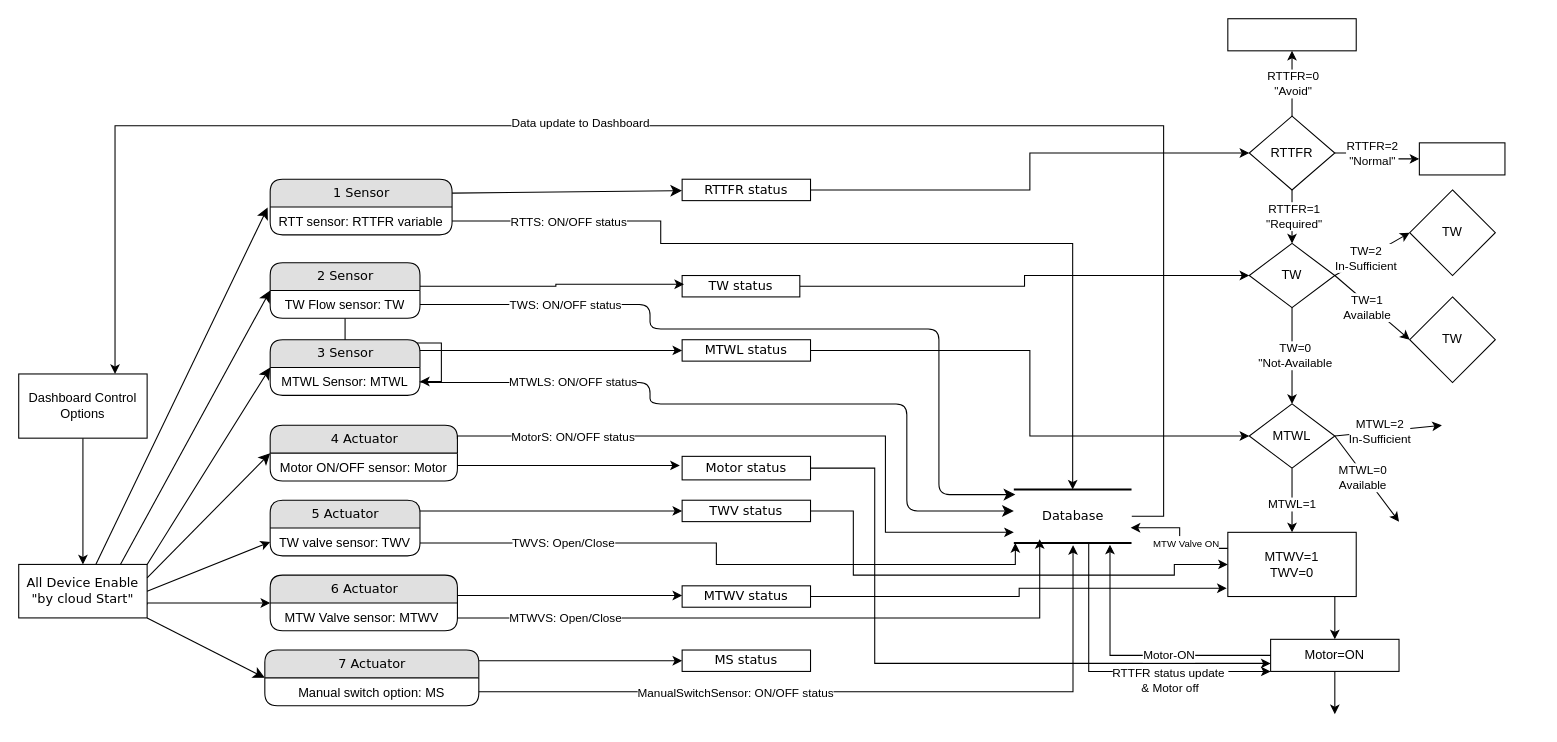
Before: HydroSense IoT.drawio in ThorPandit/HydroSense-IoT, a draw.io diagram. Source tidied: cells renumbered, new cells numbered last; positions are measured from the earlier drawing's top-left corner, leaving out a move shared by most shapes. Both pictures are drawn from the tidied source at 107%, with x=0, y=0 at pixel (18, 18).
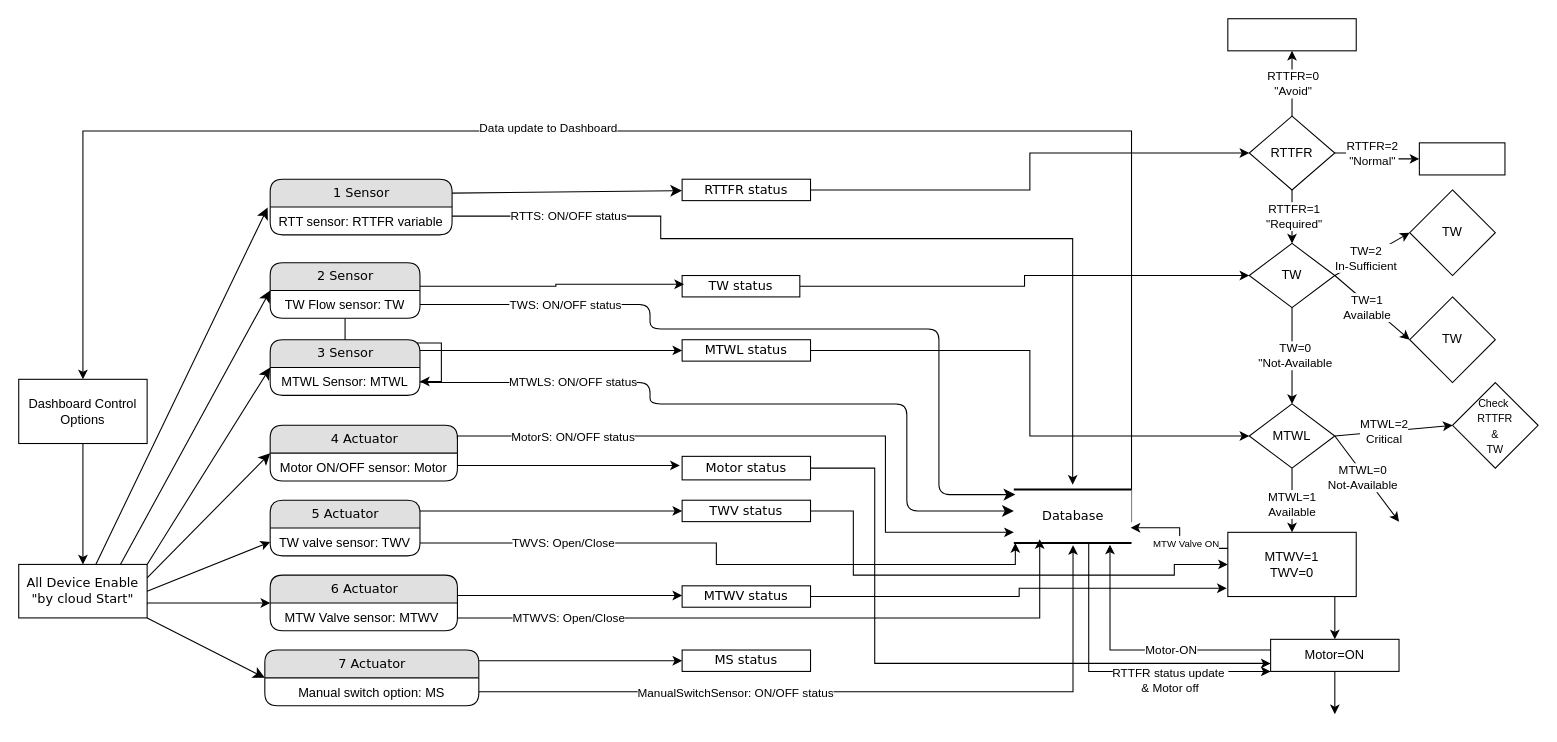
The same page after the edit.

The change refers to these unchanged cells:
```xml
<mxCell id="4" value="Database" style="html=1;rounded=0;shadow=0;comic=0;labelBackgroundColor=none;strokeWidth=2;fontFamily=Verdana;fontSize=12;align=center;shape=mxgraph.ios7ui.horLines;" parent="1" vertex="1">
  <mxGeometry x="930" y="440" width="110" height="50" as="geometry" />
</mxCell>
<mxCell id="12" value="RTT sensor: RTTFR variable" style="text;html=1;strokeColor=none;fillColor=none;spacingLeft=4;spacingRight=4;whiteSpace=wrap;overflow=hidden;points=[[0,0.5],[1,0.5]];portConstraint=eastwest;align=center;" parent="11" vertex="1">
  <mxGeometry y="26" width="170" height="26" as="geometry" />
</mxCell>
<mxCell id="59" style="edgeStyle=orthogonalEdgeStyle;rounded=0;jettySize=auto;html=1;entryX=0.22;entryY=0.929;entryDx=0;entryDy=0;entryPerimeter=0;" parent="1" edge="1" source="49" target="4">
  <mxGeometry relative="1" as="geometry">
    <Array as="points">
      <mxPoint x="954" y="560" />
    </Array>
  </mxGeometry>
</mxCell>
<mxCell id="75" style="edgeStyle=orthogonalEdgeStyle;rounded=0;jettySize=auto;html=1;" parent="1" edge="1" source="77" target="85">
  <mxGeometry relative="1" as="geometry" />
</mxCell>
<mxCell id="87" value="Motor=ON" style="rounded=0;whiteSpace=wrap;html=1;" parent="1" vertex="1">
  <mxGeometry x="1170" y="580" width="120" height="30" as="geometry" />
</mxCell>
<mxCell id="94" style="endArrow=classic;html=1;rounded=0;exitX=1;exitY=0.5;exitDx=0;exitDy=0;" parent="1" edge="1">
  <mxGeometry relative="1" as="geometry">
    <mxPoint x="1230" y="390" as="sourcePoint" />
    <mxPoint x="1290" y="470" as="targetPoint" />
  </mxGeometry>
</mxCell>
```

What changed in the source:
```diff
@@
-    <mxCell id="2" style="edgeStyle=orthogonalEdgeStyle;rounded=0;jettySize=auto;html=1;entryX=0.75;entryY=0;entryDx=0;entryDy=0;" parent="1" edge="1" source="4" target="39">
+    <mxCell id="2" style="edgeStyle=orthogonalEdgeStyle;rounded=0;orthogonalLoop=1;jettySize=auto;html=1;entryX=0.75;entryY=0;entryDx=0;entryDy=0;" parent="1" edge="1">
       <mxGeometry relative="1" as="geometry">
+        <mxPoint x="1010" y="470" as="sourcePoint" />
+        <mxPoint x="60" y="337" as="targetPoint" />
         <Array as="points">
-          <mxPoint x="1070" y="465" />
-          <mxPoint x="1070" y="100" />
-          <mxPoint x="90" y="100" />
+          <mxPoint x="1040" y="470" />
+          <mxPoint x="1040" y="105" />
+          <mxPoint x="60" y="105" />
         </Array>
       </mxGeometry>
     </mxCell>
     <mxCell id="3" value="Data update to Dashboard" style="edgeLabel;html=1;align=center;verticalAlign=middle;" parent="2" vertex="1">
       <mxGeometry x="-0.51" y="1" relative="1" as="geometry">
-        <mxPoint x="-545" y="-4" as="offset" />
+        <mxPoint x="-545" y="-5" as="offset" />
       </mxGeometry>
     </mxCell>
@@
-    <mxCell id="32" style="edgeStyle=orthogonalEdgeStyle;rounded=0;jettySize=auto;html=1;exitX=1;exitY=0.5;exitDx=0;exitDy=0;" parent="1" edge="1" source="12" target="4">
+    <mxCell id="32" style="edgeStyle=orthogonalEdgeStyle;rounded=0;orthogonalLoop=1;jettySize=auto;html=1;exitX=1;exitY=0.5;exitDx=0;exitDy=0;" parent="1" edge="1">
       <mxGeometry relative="1" as="geometry">
+        <mxPoint x="405" y="184.5" as="sourcePoint" />
+        <mxPoint x="985" y="435.5" as="targetPoint" />
         <Array as="points">
-          <mxPoint x="600" y="189" />
-          <mxPoint x="600" y="210" />
-          <mxPoint x="985" y="210" />
+          <mxPoint x="600" y="184.5" />
+          <mxPoint x="600" y="205.5" />
+          <mxPoint x="985" y="205.5" />
         </Array>
       </mxGeometry>
     </mxCell>
@@
     <mxCell id="39" value="Dashboard Control Options" style="rounded=0;whiteSpace=wrap;html=1;" parent="1" vertex="1">
-      <mxGeometry y="332" width="120" height="60" as="geometry" />
+      <mxGeometry y="337" width="120" height="60" as="geometry" />
     </mxCell>
@@
     <mxCell id="60" value="MTWVS: Open/Close" style="edgeLabel;html=1;align=center;verticalAlign=middle;" parent="59" vertex="1">
       <mxGeometry x="-0.51" y="-2" relative="1" as="geometry">
-        <mxPoint x="-51" y="-3" as="offset" />
+        <mxPoint x="-48" y="-3" as="offset" />
       </mxGeometry>
     </mxCell>
@@
-    <mxCell id="76" value="MTWL=1" style="edgeLabel;html=1;align=center;verticalAlign=middle;" parent="75" vertex="1">
+    <mxCell id="76" value="MTWL=1&lt;div&gt;Available&lt;/div&gt;" style="edgeLabel;html=1;align=center;verticalAlign=middle;" parent="75" vertex="1">
       <mxGeometry x="0.1" y="-1" relative="1" as="geometry" />
     </mxCell>
@@
     <mxCell id="90" style="edgeStyle=orthogonalEdgeStyle;rounded=0;jettySize=auto;html=1;entryX=0.817;entryY=1.031;entryDx=0;entryDy=0;entryPerimeter=0;" parent="1" edge="1" source="87" target="4">
-      <mxGeometry relative="1" as="geometry" />
+      <mxGeometry relative="1" as="geometry">
+        <Array as="points">
+          <mxPoint x="1020" y="590" />
+        </Array>
+      </mxGeometry>
     </mxCell>
@@
-    <mxCell id="92" style="endArrow=classic;html=1;rounded=0;exitX=1;exitY=0.5;exitDx=0;exitDy=0;" parent="1" edge="1">
+    <mxCell id="92" style="endArrow=classic;html=1;rounded=0;exitX=1;exitY=0.5;exitDx=0;exitDy=0;entryX=0;entryY=0.5;entryDx=0;entryDy=0;" parent="1" edge="1" target="99">
       <mxGeometry relative="1" as="geometry">
         <mxPoint x="1230" y="390" as="sourcePoint" />
-        <mxPoint x="1330" y="380" as="targetPoint" />
       </mxGeometry>
     </mxCell>
-    <mxCell id="93" value="MTWL=2&lt;div&gt;In-Sufficient&lt;/div&gt;" style="edgeLabel;html=1;align=center;verticalAlign=middle;" parent="92" vertex="1">
+    <mxCell id="93" value="MTWL=2&lt;div&gt;Critical&lt;/div&gt;" style="edgeLabel;html=1;align=center;verticalAlign=middle;" parent="92" vertex="1">
       <mxGeometry x="-0.17" relative="1" as="geometry" />
     </mxCell>
@@
-    <mxCell id="95" value="MTWL=0&lt;div&gt;Available&lt;/div&gt;" style="edgeLabel;html=1;align=center;verticalAlign=middle;" parent="94" vertex="1">
+    <mxCell id="95" value="MTWL=0&lt;div&gt;Not-Available&lt;/div&gt;" style="edgeLabel;html=1;align=center;verticalAlign=middle;" parent="94" vertex="1">
       <mxGeometry x="-0.09" y="-3" relative="1" as="geometry" />
     </mxCell>
@@
+    <mxCell id="99" value="&lt;font style=&quot;font-size: 10px;&quot;&gt;Check&amp;nbsp;&lt;/font&gt;&lt;div&gt;&lt;font style=&quot;font-size: 10px;&quot;&gt;RTTFR&lt;/font&gt;&lt;/div&gt;&lt;div&gt;&lt;font style=&quot;font-size: 10px;&quot;&gt;&amp;amp;&lt;br&gt;&lt;/font&gt;&lt;/div&gt;&lt;div&gt;&lt;font style=&quot;font-size: 10px;&quot;&gt;TW&lt;/font&gt;&lt;/div&gt;" style="rhombus;whiteSpace=wrap;html=1;" parent="1" vertex="1">
+      <mxGeometry x="1340" y="340" width="80" height="80" as="geometry" />
+    </mxCell>
```
